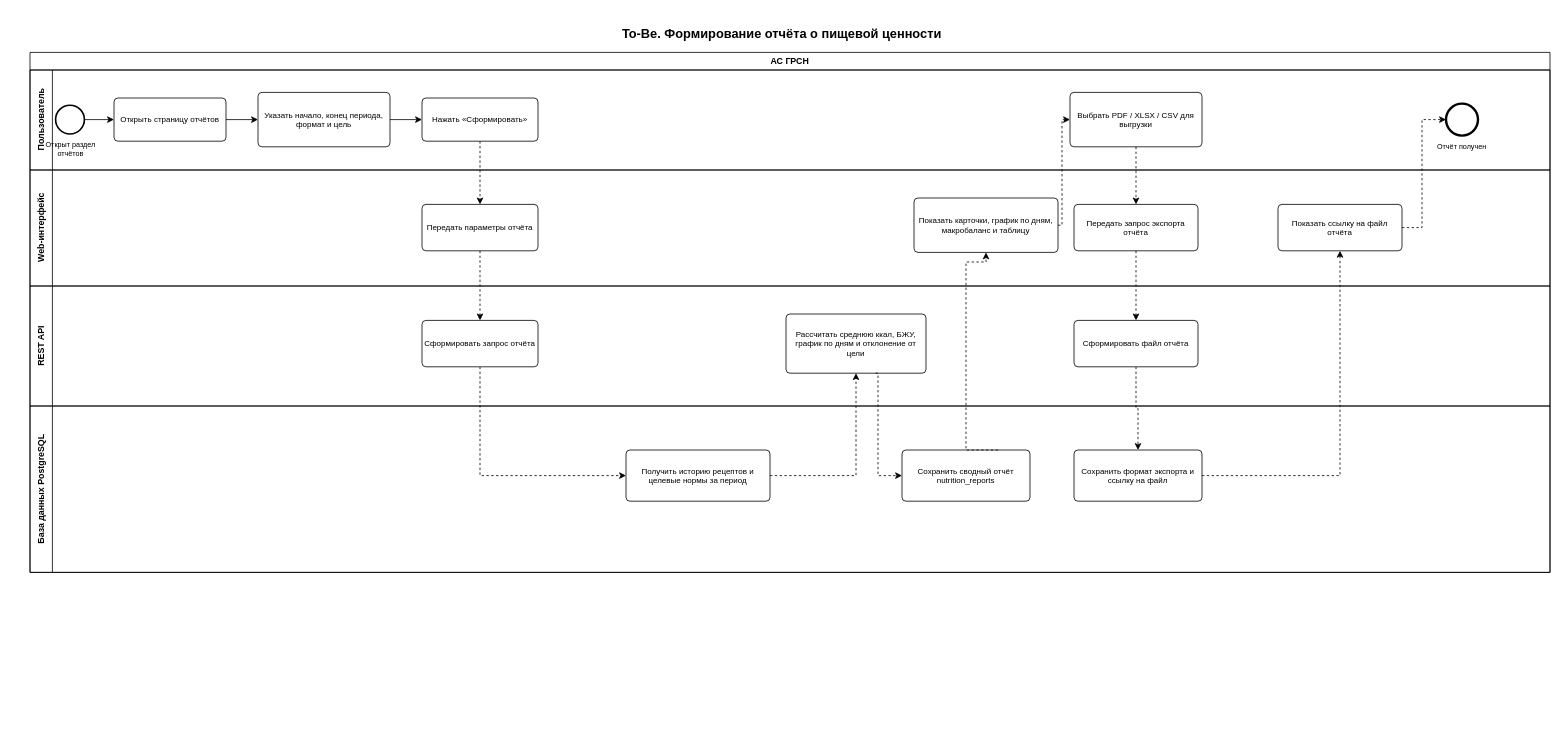
Before: Optimization-Methods/laba_2/diagrams/To-Be/To-Be_Формирование_отчёта_о_пищевой_ценности_BPMN.drawio in Skipl1/ASOIU, a draw.io diagram. Source tidied: cells renumbered, new cells numbered last; positions are measured from the earlier drawing's top-left corner, leaving out a move shared by most shapes. Both pictures are drawn from the tidied source at 80%, with x=0, y=0 at pixel (30, 22).
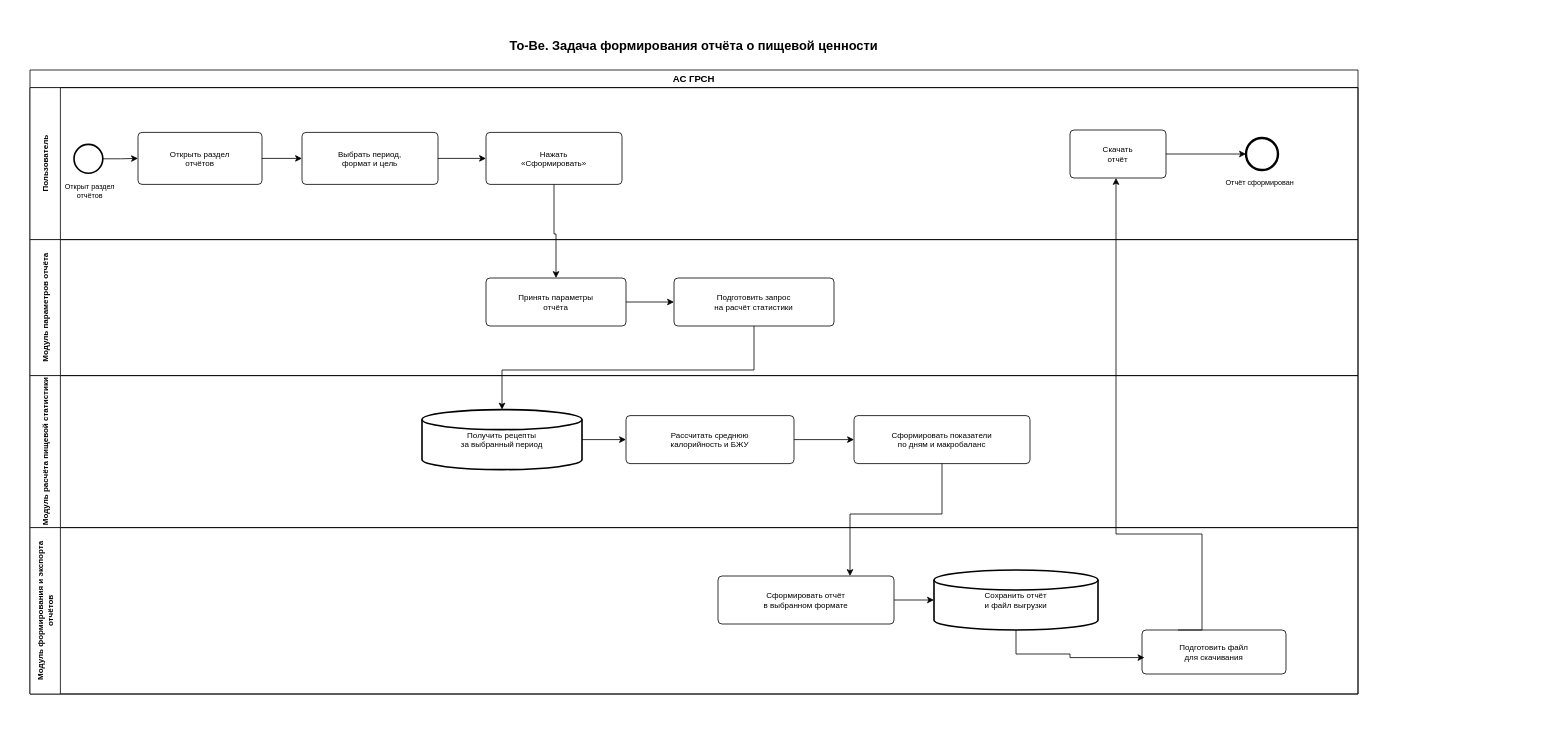
Above is the later version.

Change to the diagram source:
```diff
@@
-<mxGraphModel>
+<mxGraphModel background="#ffffff">
@@
+    <mxCell id="41" style="rounded=0;whiteSpace=wrap;html=1;fillColor=#ffffff;strokeColor=none;" parent="1" vertex="1">
+      <mxGeometry x="-20" y="-10" width="1700" height="900" as="geometry" />
+    </mxCell>
-    <mxCell id="2" value="To-Be. Формирование отчёта о пищевой ценности" style="text;html=1;strokeColor=none;fillColor=none;align=center;verticalAlign=middle;whiteSpace=wrap;fontSize=16;fontStyle=1;" parent="1" vertex="1">
-      <mxGeometry x="580" width="720" height="28" as="geometry" />
+    <mxCell id="2" value="To-Be. Задача формирования отчёта о пищевой ценности" style="text;html=1;strokeColor=none;fillColor=none;align=center;verticalAlign=middle;whiteSpace=wrap;fontSize=16;fontStyle=1;" parent="1" vertex="1">
+      <mxGeometry y="10" width="1660" height="40" as="geometry" />
     </mxCell>
-    <mxCell id="3" value="АС ГРСН" style="swimlane;html=1;horizontal=1;startSize=22;fillColor=none;strokeColor=#000000;whiteSpace=wrap;fontSize=11;fontStyle=1;" parent="1" vertex="1">
-      <mxGeometry y="38" width="1900" height="650" as="geometry" />
+    <mxCell id="3" value="&lt;span style=&quot;color: rgb(0, 0, 0); font-size: 12px;&quot;&gt;АС ГРСН&lt;/span&gt;" style="swimlane;html=1;horizontal=1;startSize=22;fillColor=#ffffff;strokeColor=#000000;whiteSpace=wrap;fontSize=11;fontStyle=1;" parent="1" vertex="1">
+      <mxGeometry y="60" width="1660" height="780" as="geometry" />
     </mxCell>
-    <mxCell id="4" value="Пользователь" style="swimlane;html=1;horizontal=0;startSize=28;fillColor=none;strokeColor=#000000;whiteSpace=wrap;fontSize=11;fontStyle=1;" parent="1" vertex="1">
-      <mxGeometry y="60" width="1900" height="125" as="geometry" />
+    <mxCell id="4" value="Пользователь" style="swimlane;html=1;horizontal=0;startSize=38;fillColor=#ffffff;strokeColor=#000000;whiteSpace=wrap;fontSize=10;fontStyle=1;" parent="1" vertex="1">
+      <mxGeometry y="82" width="1660" height="190" as="geometry" />
     </mxCell>
-    <mxCell id="5" value="Web-интерфейс" style="swimlane;html=1;horizontal=0;startSize=28;fillColor=none;strokeColor=#000000;whiteSpace=wrap;fontSize=11;fontStyle=1;" parent="1" vertex="1">
-      <mxGeometry y="185" width="1900" height="145" as="geometry" />
-    </mxCell>
-    <mxCell id="6" value="REST API" style="swimlane;html=1;horizontal=0;startSize=28;fillColor=none;strokeColor=#000000;whiteSpace=wrap;fontSize=11;fontStyle=1;" parent="1" vertex="1">
-      <mxGeometry y="330" width="1900" height="150" as="geometry" />
-    </mxCell>
-    <mxCell id="7" value="База данных PostgreSQL" style="swimlane;html=1;horizontal=0;startSize=28;fillColor=none;strokeColor=#000000;whiteSpace=wrap;fontSize=11;fontStyle=1;" parent="1" vertex="1">
-      <mxGeometry y="480" width="1900" height="208" as="geometry" />
-    </mxCell>
-    <mxCell id="8" value="Сохранить сводный отчёт nutrition_reports" style="rounded=1;whiteSpace=wrap;html=1;arcSize=10;absoluteArcSize=1;fillColor=#ffffff;strokeColor=#000000;fontSize=10;" parent="7" vertex="1">
-      <mxGeometry x="1090" y="55" width="160" height="64" as="geometry" />
-    </mxCell>
+    <mxCell id="42" value="Скачать&lt;br&gt;отчёт" style="rounded=1;whiteSpace=wrap;html=1;arcSize=10;absoluteArcSize=1;fillColor=#ffffff;strokeColor=#000000;fontSize=10;" parent="4" vertex="1">
+      <mxGeometry x="1300" y="53" width="120" height="60" as="geometry" />
+    </mxCell>
+    <mxCell id="15" style="ellipse;whiteSpace=wrap;html=1;fillColor=#ffffff;strokeColor=#000000;strokeWidth=3;" parent="4" vertex="1">
+      <mxGeometry x="1520" y="63" width="40" height="40" as="geometry" />
+    </mxCell>
+    <mxCell id="35" style="endArrow=classic;html=1;rounded=0;edgeStyle=orthogonalEdgeStyle;exitX=1;exitY=0.5;entryX=0;entryY=0.5;" parent="4" edge="1" source="42" target="15">
+      <mxGeometry relative="1" as="geometry" />
+    </mxCell>
+    <mxCell id="43" value="Модуль параметров отчёта" style="swimlane;html=1;horizontal=0;startSize=38;fillColor=#ffffff;strokeColor=#000000;whiteSpace=wrap;fontSize=10;fontStyle=1;" parent="1" vertex="1">
+      <mxGeometry y="272" width="1660" height="170" as="geometry" />
+    </mxCell>
+    <mxCell id="44" value="Модуль расчёта пищевой статистики" style="swimlane;html=1;horizontal=0;startSize=38;fillColor=#ffffff;strokeColor=#000000;whiteSpace=wrap;fontSize=10;fontStyle=1;" parent="1" vertex="1">
+      <mxGeometry y="442" width="1660" height="190" as="geometry" />
+    </mxCell>
+    <mxCell id="45" value="Рассчитать среднюю&lt;br&gt;калорийность и БЖУ" style="rounded=1;whiteSpace=wrap;html=1;arcSize=10;absoluteArcSize=1;fillColor=#ffffff;strokeColor=#000000;fontSize=10;" parent="44" vertex="1">
+      <mxGeometry x="745" y="50" width="210" height="60" as="geometry" />
+    </mxCell>
+    <mxCell id="46" value="Модуль формирования и экспорта отчётов" style="swimlane;html=1;horizontal=0;startSize=38;fillColor=#ffffff;strokeColor=#000000;whiteSpace=wrap;fontSize=10;fontStyle=1;" parent="1" vertex="1">
+      <mxGeometry y="632" width="1660" height="208" as="geometry" />
+    </mxCell>
+    <mxCell id="47" value="Сохранить отчёт&lt;br&gt;и файл выгрузки" style="strokeWidth=2;html=1;shape=mxgraph.flowchart.database;whiteSpace=wrap;fillColor=#ffffff;strokeColor=#000000;fontSize=10;" parent="46" vertex="1">
+      <mxGeometry x="1130" y="53" width="205" height="75" as="geometry" />
+    </mxCell>
     <mxCell id="9" style="ellipse;whiteSpace=wrap;html=1;fillColor=#ffffff;strokeColor=#000000;strokeWidth=2;" parent="1" vertex="1">
-      <mxGeometry x="32" y="104" width="36" height="36" as="geometry" />
+      <mxGeometry x="55" y="153" width="36" height="36" as="geometry" />
     </mxCell>
-    <mxCell id="10" value="Открыт раздел отчётов" style="text;html=1;strokeColor=none;fillColor=none;align=center;verticalAlign=top;whiteSpace=wrap;fontSize=9;" parent="1" vertex="1">
-      <mxGeometry x="12" y="142" width="78" height="28" as="geometry" />
+    <mxCell id="10" value="Открыт раздел&lt;br&gt;отчётов" style="text;html=1;strokeColor=none;fillColor=none;align=center;verticalAlign=top;whiteSpace=wrap;fontSize=9;" parent="1" vertex="1">
+      <mxGeometry x="30" y="194" width="90" height="30" as="geometry" />
     </mxCell>
-    <mxCell id="11" value="Открыть страницу отчётов" style="rounded=1;whiteSpace=wrap;html=1;arcSize=10;absoluteArcSize=1;fillColor=#ffffff;strokeColor=#000000;fontSize=10;" parent="1" vertex="1">
-      <mxGeometry x="105" y="95" width="140" height="54" as="geometry" />
+    <mxCell id="11" value="Открыть раздел&lt;br&gt;отчётов" style="rounded=1;whiteSpace=wrap;html=1;arcSize=10;absoluteArcSize=1;fillColor=#ffffff;strokeColor=#000000;fontSize=10;" parent="1" vertex="1">
+      <mxGeometry x="135" y="138" width="155" height="65" as="geometry" />
     </mxCell>
-    <mxCell id="12" value="Указать начало, конец периода, формат и цель" style="rounded=1;whiteSpace=wrap;html=1;arcSize=10;absoluteArcSize=1;fillColor=#ffffff;strokeColor=#000000;fontSize=10;" parent="1" vertex="1">
-      <mxGeometry x="285" y="88" width="165" height="68" as="geometry" />
-    </mxCell>
+    <mxCell id="48" value="Выбрать период,&lt;br&gt;формат и цель" style="rounded=1;whiteSpace=wrap;html=1;arcSize=10;absoluteArcSize=1;fillColor=#ffffff;strokeColor=#000000;fontSize=10;" parent="1" vertex="1">
+      <mxGeometry x="340" y="138" width="170" height="65" as="geometry" />
+    </mxCell>
-    <mxCell id="13" value="Нажать «Сформировать»" style="rounded=1;whiteSpace=wrap;html=1;arcSize=10;absoluteArcSize=1;fillColor=#ffffff;strokeColor=#000000;fontSize=10;" parent="1" vertex="1">
-      <mxGeometry x="490" y="95" width="145" height="54" as="geometry" />
+    <mxCell id="13" value="Нажать&lt;br&gt;«Сформировать»" style="rounded=1;whiteSpace=wrap;html=1;arcSize=10;absoluteArcSize=1;fillColor=#ffffff;strokeColor=#000000;fontSize=10;" parent="1" vertex="1">
+      <mxGeometry x="570" y="138" width="170" height="65" as="geometry" />
     </mxCell>
-    <mxCell id="14" value="Выбрать PDF / XLSX / CSV для выгрузки" style="rounded=1;whiteSpace=wrap;html=1;arcSize=10;absoluteArcSize=1;fillColor=#ffffff;strokeColor=#000000;fontSize=10;" parent="1" vertex="1">
-      <mxGeometry x="1300" y="88" width="165" height="68" as="geometry" />
-    </mxCell>
-    <mxCell id="15" style="ellipse;whiteSpace=wrap;html=1;fillColor=#ffffff;strokeColor=#000000;strokeWidth=3;" parent="1" vertex="1">
-      <mxGeometry x="1770" y="102" width="40" height="40" as="geometry" />
-    </mxCell>
-    <mxCell id="16" value="Отчёт получен" style="text;html=1;strokeColor=none;fillColor=none;align=center;verticalAlign=top;whiteSpace=wrap;fontSize=9;" parent="1" vertex="1">
-      <mxGeometry x="1752" y="144" width="76" height="26" as="geometry" />
+    <mxCell id="16" value="Отчёт сформирован" style="text;html=1;strokeColor=none;fillColor=none;align=center;verticalAlign=top;whiteSpace=wrap;fontSize=9;" parent="1" vertex="1">
+      <mxGeometry x="1490" y="189" width="95" height="30" as="geometry" />
     </mxCell>
-    <mxCell id="17" value="Передать параметры отчёта" style="rounded=1;whiteSpace=wrap;html=1;arcSize=10;absoluteArcSize=1;fillColor=#ffffff;strokeColor=#000000;fontSize=10;" parent="1" vertex="1">
-      <mxGeometry x="490" y="228" width="145" height="58" as="geometry" />
-    </mxCell>
-    <mxCell id="18" value="Показать карточки, график по дням, макробаланс и таблицу" style="rounded=1;whiteSpace=wrap;html=1;arcSize=10;absoluteArcSize=1;fillColor=#ffffff;strokeColor=#000000;fontSize=10;" parent="1" vertex="1">
-      <mxGeometry x="1105" y="220" width="180" height="68" as="geometry" />
-    </mxCell>
-    <mxCell id="19" value="Передать запрос экспорта отчёта" style="rounded=1;whiteSpace=wrap;html=1;arcSize=10;absoluteArcSize=1;fillColor=#ffffff;strokeColor=#000000;fontSize=10;" parent="1" vertex="1">
-      <mxGeometry x="1305" y="228" width="155" height="58" as="geometry" />
-    </mxCell>
-    <mxCell id="20" value="Показать ссылку на файл отчёта" style="rounded=1;whiteSpace=wrap;html=1;arcSize=10;absoluteArcSize=1;fillColor=#ffffff;strokeColor=#000000;fontSize=10;" parent="1" vertex="1">
-      <mxGeometry x="1560" y="228" width="155" height="58" as="geometry" />
-    </mxCell>
-    <mxCell id="21" value="Сформировать запрос отчёта" style="rounded=1;whiteSpace=wrap;html=1;arcSize=10;absoluteArcSize=1;fillColor=#ffffff;strokeColor=#000000;fontSize=10;" parent="1" vertex="1">
-      <mxGeometry x="490" y="373" width="145" height="58" as="geometry" />
-    </mxCell>
-    <mxCell id="22" value="Рассчитать среднюю ккал, БЖУ, график по дням и отклонение от цели" style="rounded=1;whiteSpace=wrap;html=1;arcSize=10;absoluteArcSize=1;fillColor=#ffffff;strokeColor=#000000;fontSize=10;" parent="1" vertex="1">
-      <mxGeometry x="945" y="365" width="175" height="74" as="geometry" />
-    </mxCell>
-    <mxCell id="23" value="Сформировать файл отчёта" style="rounded=1;whiteSpace=wrap;html=1;arcSize=10;absoluteArcSize=1;fillColor=#ffffff;strokeColor=#000000;fontSize=10;" parent="1" vertex="1">
-      <mxGeometry x="1305" y="373" width="155" height="58" as="geometry" />
-    </mxCell>
-    <mxCell id="24" value="Получить историю рецептов и целевые нормы за период" style="rounded=1;whiteSpace=wrap;html=1;arcSize=10;absoluteArcSize=1;fillColor=#ffffff;strokeColor=#000000;fontSize=10;" parent="1" vertex="1">
-      <mxGeometry x="745" y="535" width="180" height="64" as="geometry" />
-    </mxCell>
-    <mxCell id="25" value="Сохранить формат экспорта и ссылку на файл" style="rounded=1;whiteSpace=wrap;html=1;arcSize=10;absoluteArcSize=1;fillColor=#ffffff;strokeColor=#000000;fontSize=10;" parent="1" vertex="1">
-      <mxGeometry x="1305" y="535" width="160" height="64" as="geometry" />
-    </mxCell>
+    <mxCell id="49" value="Принять параметры&lt;br&gt;отчёта" style="rounded=1;whiteSpace=wrap;html=1;arcSize=10;absoluteArcSize=1;fillColor=#ffffff;strokeColor=#000000;fontSize=10;" parent="1" vertex="1">
+      <mxGeometry x="570" y="320" width="175" height="60" as="geometry" />
+    </mxCell>
+    <mxCell id="50" value="Подготовить запрос&lt;br&gt;на расчёт статистики" style="rounded=1;whiteSpace=wrap;html=1;arcSize=10;absoluteArcSize=1;fillColor=#ffffff;strokeColor=#000000;fontSize=10;" parent="1" vertex="1">
+      <mxGeometry x="805" y="320" width="200" height="60" as="geometry" />
+    </mxCell>
+    <mxCell id="51" value="Получить рецепты&lt;br&gt;за выбранный период" style="strokeWidth=2;html=1;shape=mxgraph.flowchart.database;whiteSpace=wrap;fillColor=#ffffff;strokeColor=#000000;fontSize=10;" parent="1" vertex="1">
+      <mxGeometry x="490" y="484.5" width="200" height="75" as="geometry" />
+    </mxCell>
+    <mxCell id="52" value="Сформировать показатели&lt;br&gt;по дням и макробаланс" style="rounded=1;whiteSpace=wrap;html=1;arcSize=10;absoluteArcSize=1;fillColor=#ffffff;strokeColor=#000000;fontSize=10;" parent="1" vertex="1">
+      <mxGeometry x="1030" y="492" width="220" height="60" as="geometry" />
+    </mxCell>
+    <mxCell id="53" value="Сформировать отчёт&lt;br&gt;в выбранном формате" style="rounded=1;whiteSpace=wrap;html=1;arcSize=10;absoluteArcSize=1;fillColor=#ffffff;strokeColor=#000000;fontSize=10;" parent="1" vertex="1">
+      <mxGeometry x="860" y="692.5" width="220" height="60" as="geometry" />
+    </mxCell>
+    <mxCell id="54" value="Подготовить файл&lt;br&gt;для скачивания" style="rounded=1;whiteSpace=wrap;html=1;arcSize=10;absoluteArcSize=1;fillColor=#ffffff;strokeColor=#000000;fontSize=10;" parent="1" vertex="1">
+      <mxGeometry x="1390" y="760" width="180" height="55" as="geometry" />
+    </mxCell>
@@
-    <mxCell id="27" style="endArrow=classic;html=1;rounded=0;edgeStyle=orthogonalEdgeStyle;exitX=1;exitY=0.5;entryX=0;entryY=0.5;" parent="1" edge="1" source="11" target="12">
+    <mxCell id="27" style="endArrow=classic;html=1;rounded=0;edgeStyle=orthogonalEdgeStyle;exitX=1;exitY=0.5;entryX=0;entryY=0.5;" parent="1" edge="1" source="11" target="48">
       <mxGeometry relative="1" as="geometry" />
     </mxCell>
-    <mxCell id="28" style="endArrow=classic;html=1;rounded=0;edgeStyle=orthogonalEdgeStyle;exitX=1;exitY=0.5;entryX=0;entryY=0.5;" parent="1" edge="1" source="12" target="13">
+    <mxCell id="28" style="endArrow=classic;html=1;rounded=0;edgeStyle=orthogonalEdgeStyle;exitX=1;exitY=0.5;entryX=0;entryY=0.5;" parent="1" edge="1" source="48" target="13">
       <mxGeometry relative="1" as="geometry" />
     </mxCell>
-    <mxCell id="29" style="endArrow=classic;html=1;rounded=0;edgeStyle=orthogonalEdgeStyle;dashed=1;dashPattern=3 3;exitX=0.5;exitY=1;entryX=0.5;entryY=0;" parent="1" edge="1" source="13" target="17">
-      <mxGeometry relative="1" as="geometry" />
+    <mxCell id="29" style="endArrow=classic;html=1;rounded=0;edgeStyle=orthogonalEdgeStyle;exitX=0.5;exitY=1;entryX=0.5;entryY=0;" parent="1" edge="1" source="13" target="49">
+      <mxGeometry relative="1" as="geometry">
+        <Array as="points">
+          <mxPoint x="655" y="265" />
+        </Array>
+      </mxGeometry>
     </mxCell>
-    <mxCell id="30" style="endArrow=classic;html=1;rounded=0;edgeStyle=orthogonalEdgeStyle;dashed=1;dashPattern=3 3;exitX=0.5;exitY=1;entryX=0.5;entryY=0;" parent="1" edge="1" source="17" target="21">
+    <mxCell id="30" style="endArrow=classic;html=1;rounded=0;edgeStyle=orthogonalEdgeStyle;exitX=1;exitY=0.5;entryX=0;entryY=0.5;" parent="1" edge="1" source="49" target="50">
       <mxGeometry relative="1" as="geometry" />
     </mxCell>
-    <mxCell id="31" style="endArrow=classic;html=1;rounded=0;edgeStyle=orthogonalEdgeStyle;dashed=1;dashPattern=3 3;exitX=0.5;exitY=1;entryX=0;entryY=0.5;" parent="1" edge="1" source="21" target="24">
+    <mxCell id="31" style="endArrow=classic;html=1;rounded=0;edgeStyle=orthogonalEdgeStyle;exitX=0.5;exitY=1;entryX=0.5;entryY=0;" parent="1" edge="1" source="50" target="51">
       <mxGeometry relative="1" as="geometry">
         <Array as="points">
-          <mxPoint x="563" y="567" />
+          <mxPoint x="905" y="435" />
         </Array>
       </mxGeometry>
     </mxCell>
+    <mxCell id="55" style="endArrow=classic;html=1;rounded=0;edgeStyle=orthogonalEdgeStyle;exitX=1;exitY=0.5;entryX=0;entryY=0.5;" parent="1" edge="1" source="51" target="45">
+      <mxGeometry relative="1" as="geometry" />
+    </mxCell>
+    <mxCell id="56" style="endArrow=classic;html=1;rounded=0;edgeStyle=orthogonalEdgeStyle;exitX=1;exitY=0.5;entryX=0;entryY=0.5;" parent="1" edge="1" source="45" target="52">
+      <mxGeometry relative="1" as="geometry" />
+    </mxCell>
+    <mxCell id="57" style="endArrow=classic;html=1;rounded=0;edgeStyle=orthogonalEdgeStyle;exitX=0.5;exitY=1;entryX=0.75;entryY=0;" parent="1" edge="1" source="52" target="53">
+      <mxGeometry relative="1" as="geometry">
+        <Array as="points">
+          <mxPoint x="1140" y="615" />
+          <mxPoint x="1025" y="615" />
+        </Array>
+      </mxGeometry>
+    </mxCell>
+    <mxCell id="58" style="endArrow=classic;html=1;rounded=0;edgeStyle=orthogonalEdgeStyle;exitX=1;exitY=0.5;entryX=0;entryY=0.5;" parent="1" edge="1" source="53" target="47">
+      <mxGeometry relative="1" as="geometry" />
+    </mxCell>
-    <mxCell id="32" style="endArrow=classic;html=1;rounded=0;edgeStyle=orthogonalEdgeStyle;dashed=1;dashPattern=3 3;exitX=1;exitY=0.5;entryX=0.5;entryY=1;" parent="1" edge="1" source="24" target="22">
+    <mxCell id="32" style="endArrow=classic;html=1;rounded=0;edgeStyle=orthogonalEdgeStyle;exitX=0.5;exitY=1;entryX=0.017;entryY=0.627;entryDx=0;entryDy=0;entryPerimeter=0;" parent="1" edge="1" source="47" target="54">
       <mxGeometry relative="1" as="geometry">
         <Array as="points">
-          <mxPoint x="1033" y="567" />
+          <mxPoint x="1233" y="790" />
+          <mxPoint x="1300" y="790" />
+          <mxPoint x="1300" y="794" />
         </Array>
       </mxGeometry>
     </mxCell>
-    <mxCell id="33" style="endArrow=classic;html=1;rounded=0;edgeStyle=orthogonalEdgeStyle;dashed=1;dashPattern=3 3;exitX=0.64;exitY=1;entryX=0;entryY=0.5;exitDx=0;exitDy=0;exitPerimeter=0;" parent="1" edge="1" source="22" target="8">
+    <mxCell id="33" style="endArrow=classic;html=1;rounded=0;edgeStyle=orthogonalEdgeStyle;exitX=0.25;exitY=0;entryX=0.5;entryY=1;" parent="1" edge="1" source="54">
       <mxGeometry relative="1" as="geometry">
+        <mxPoint x="1357.5" y="195" as="targetPoint" />
         <Array as="points">
-          <mxPoint x="1060" y="439" />
-          <mxPoint x="1060" y="567" />
+          <mxPoint x="1465" y="640" />
+          <mxPoint x="1358" y="640" />
         </Array>
       </mxGeometry>
     </mxCell>
-    <mxCell id="34" style="endArrow=classic;html=1;rounded=0;edgeStyle=orthogonalEdgeStyle;dashed=1;dashPattern=3 3;exitX=0.75;exitY=0;entryX=0.5;entryY=1;exitDx=0;exitDy=0;" parent="1" edge="1" source="8" target="18">
-      <mxGeometry relative="1" as="geometry">
-        <Array as="points">
-          <mxPoint x="1170" y="300" />
-          <mxPoint x="1195" y="300" />
-        </Array>
-      </mxGeometry>
-    </mxCell>
-    <mxCell id="35" style="endArrow=classic;html=1;rounded=0;edgeStyle=orthogonalEdgeStyle;dashed=1;dashPattern=3 3;exitX=1;exitY=0.5;entryX=0;entryY=0.5;" parent="1" edge="1" source="18" target="14">
-      <mxGeometry relative="1" as="geometry">
-        <Array as="points">
-          <mxPoint x="1290" y="254" />
-          <mxPoint x="1290" y="122" />
-        </Array>
-      </mxGeometry>
-    </mxCell>
-    <mxCell id="36" style="endArrow=classic;html=1;rounded=0;edgeStyle=orthogonalEdgeStyle;dashed=1;dashPattern=3 3;exitX=0.5;exitY=1;entryX=0.5;entryY=0;" parent="1" edge="1" source="14" target="19">
-      <mxGeometry relative="1" as="geometry" />
-    </mxCell>
-    <mxCell id="37" style="endArrow=classic;html=1;rounded=0;edgeStyle=orthogonalEdgeStyle;dashed=1;dashPattern=3 3;exitX=0.5;exitY=1;entryX=0.5;entryY=0;" parent="1" edge="1" source="19" target="23">
-      <mxGeometry relative="1" as="geometry" />
-    </mxCell>
-    <mxCell id="38" style="endArrow=classic;html=1;rounded=0;edgeStyle=orthogonalEdgeStyle;dashed=1;dashPattern=3 3;exitX=0.5;exitY=1;entryX=0.5;entryY=0;" parent="1" edge="1" source="23" target="25">
-      <mxGeometry relative="1" as="geometry" />
-    </mxCell>
-    <mxCell id="39" style="endArrow=classic;html=1;rounded=0;edgeStyle=orthogonalEdgeStyle;dashed=1;dashPattern=3 3;exitX=1;exitY=0.5;entryX=0.5;entryY=1;" parent="1" edge="1" source="25" target="20">
-      <mxGeometry relative="1" as="geometry">
-        <Array as="points">
-          <mxPoint x="1638" y="567" />
-        </Array>
-      </mxGeometry>
-    </mxCell>
-    <mxCell id="40" style="endArrow=classic;html=1;rounded=0;edgeStyle=orthogonalEdgeStyle;dashed=1;dashPattern=3 3;exitX=1;exitY=0.5;entryX=0;entryY=0.5;" parent="1" edge="1" source="20" target="15">
-      <mxGeometry relative="1" as="geometry">
-        <Array as="points">
-          <mxPoint x="1740" y="257" />
-          <mxPoint x="1740" y="122" />
-        </Array>
-      </mxGeometry>
-    </mxCell>
```
